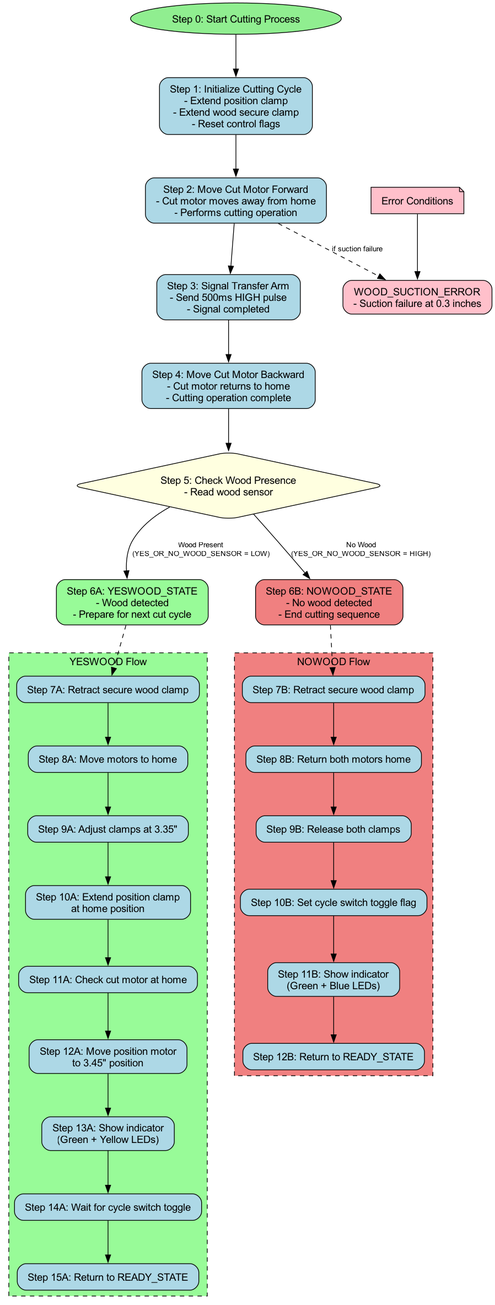
The Graphviz diagram flowcharts/cutting_process.png in akivaweil/Stage-1-Mar25, before a commit. Its source is kept beside it as flowcharts/cutting_process.dot.
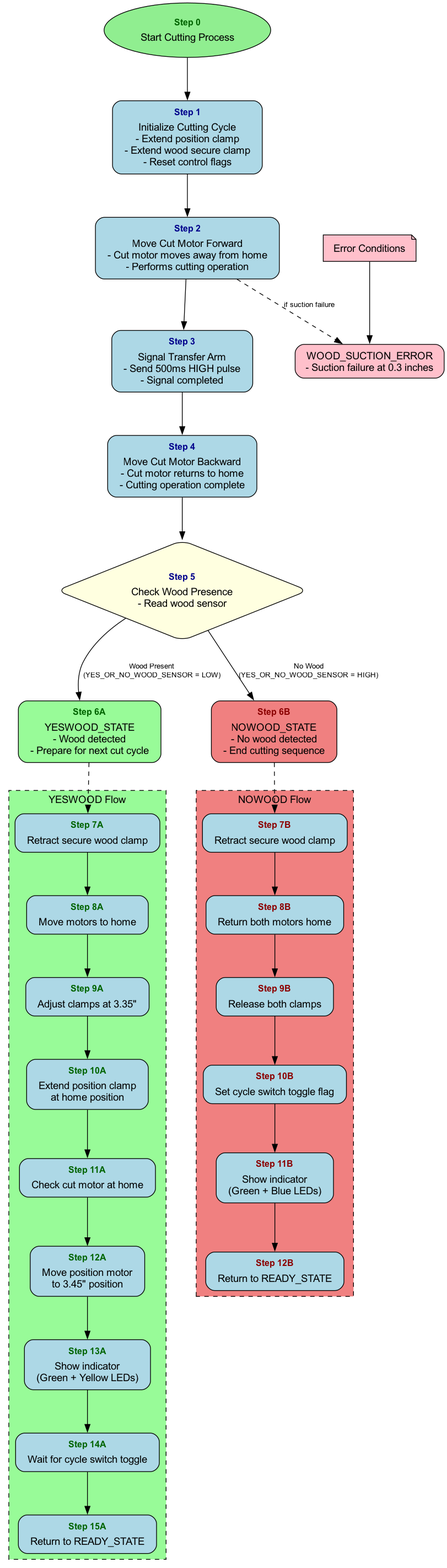
Above is the later version.

Commit message:
Improve flowchart readability with visually distinct step numbers

What changed in the source:
```diff
@@ -3,20 +3,20 @@
     node [shape="box", style="rounded,filled", fillcolor="lightblue", fontname="Arial", margin="0.2,0.1"];
     edge [fontname="Arial", fontsize=10];
 
-    start [label="Step 0: Start Cutting Process", shape="oval", fillcolor="lightgreen"];
+    start [label=<<table border="0" cellborder="0" cellspacing="0"><tr><td><font color="darkgreen" point-size="12"><b>Step 0</b></font></td></tr><tr><td>Start Cutting Process</td></tr></table>>, shape="oval", fillcolor="lightgreen"];
 
-    init [label="Step 1: Initialize Cutting Cycle\n- Extend position clamp\n- Extend wood secure clamp\n- Reset control flags"];
+    init [label=<<table border="0" cellborder="0" cellspacing="0"><tr><td><font color="darkblue" point-size="12"><b>Step 1</b></font></td></tr><tr><td align="left">Initialize Cutting Cycle<br/>- Extend position clamp<br/>- Extend wood secure clamp<br/>- Reset control flags</td></tr></table>>];
 
-    extend [label="Step 2: Move Cut Motor Forward\n- Cut motor moves away from home\n- Performs cutting operation"];
+    extend [label=<<table border="0" cellborder="0" cellspacing="0"><tr><td><font color="darkblue" point-size="12"><b>Step 2</b></font></td></tr><tr><td align="left">Move Cut Motor Forward<br/>- Cut motor moves away from home<br/>- Performs cutting operation</td></tr></table>>];
 
-    signal [label="Step 3: Signal Transfer Arm\n- Send 500ms HIGH pulse\n- Signal completed"];
+    signal [label=<<table border="0" cellborder="0" cellspacing="0"><tr><td><font color="darkblue" point-size="12"><b>Step 3</b></font></td></tr><tr><td align="left">Signal Transfer Arm<br/>- Send 500ms HIGH pulse<br/>- Signal completed</td></tr></table>>];
 
-    retract [label="Step 4: Move Cut Motor Backward\n- Cut motor returns to home\n- Cutting operation complete"];
+    retract [label=<<table border="0" cellborder="0" cellspacing="0"><tr><td><font color="darkblue" point-size="12"><b>Step 4</b></font></td></tr><tr><td align="left">Move Cut Motor Backward<br/>- Cut motor returns to home<br/>- Cutting operation complete</td></tr></table>>];
 
-    check [label="Step 5: Check Wood Presence\n- Read wood sensor", shape="diamond", fillcolor="lightyellow"];
+    check [label=<<table border="0" cellborder="0" cellspacing="0"><tr><td><font color="darkblue" point-size="12"><b>Step 5</b></font></td></tr><tr><td align="left">Check Wood Presence<br/>- Read wood sensor</td></tr></table>>, shape="diamond", fillcolor="lightyellow"];
 
-    yeswood [label="Step 6A: YESWOOD_STATE\n- Wood detected\n- Prepare for next cut cycle", fillcolor="palegreen"];
-    nowood [label="Step 6B: NOWOOD_STATE\n- No wood detected\n- End cutting sequence", fillcolor="lightcoral"];
+    yeswood [label=<<table border="0" cellborder="0" cellspacing="0"><tr><td><font color="darkgreen" point-size="12"><b>Step 6A</b></font></td></tr><tr><td align="left">YESWOOD_STATE<br/>- Wood detected<br/>- Prepare for next cut cycle</td></tr></table>>, fillcolor="palegreen"];
+    nowood [label=<<table border="0" cellborder="0" cellspacing="0"><tr><td><font color="darkred" point-size="12"><b>Step 6B</b></font></td></tr><tr><td align="left">NOWOOD_STATE<br/>- No wood detected<br/>- End cutting sequence</td></tr></table>>, fillcolor="lightcoral"];
 
     error [label="Error Conditions", shape="note", fillcolor="pink"];
     errorwood [label="WOOD_SUCTION_ERROR\n- Suction failure at 0.3 inches", fillcolor="pink"];
@@ -37,15 +37,15 @@
         style="dashed";
         bgcolor="palegreen";
 
-        yw1 [label="Step 7A: Retract secure wood clamp"];
-        yw2 [label="Step 8A: Move motors to home"];
-        yw3 [label="Step 9A: Adjust clamps at 3.35\""];
-        yw4 [label="Step 10A: Extend position clamp\nat home position"];
-        yw5 [label="Step 11A: Check cut motor at home"];
-        yw6 [label="Step 12A: Move position motor\nto 3.45\" position"];
-        yw7 [label="Step 13A: Show indicator\n(Green + Yellow LEDs)"];
-        yw8 [label="Step 14A: Wait for cycle switch toggle"];
-        yw9 [label="Step 15A: Return to READY_STATE"];
+        yw1 [label=<<table border="0" cellborder="0" cellspacing="0"><tr><td><font color="darkgreen" point-size="12"><b>Step 7A</b></font></td></tr><tr><td align="left">Retract secure wood clamp</td></tr></table>>];
+        yw2 [label=<<table border="0" cellborder="0" cellspacing="0"><tr><td><font color="darkgreen" point-size="12"><b>Step 8A</b></font></td></tr><tr><td align="left">Move motors to home</td></tr></table>>];
+        yw3 [label=<<table border="0" cellborder="0" cellspacing="0"><tr><td><font color="darkgreen" point-size="12"><b>Step 9A</b></font></td></tr><tr><td align="left">Adjust clamps at 3.35"</td></tr></table>>];
+        yw4 [label=<<table border="0" cellborder="0" cellspacing="0"><tr><td><font color="darkgreen" point-size="12"><b>Step 10A</b></font></td></tr><tr><td align="left">Extend position clamp<br/>at home position</td></tr></table>>];
+        yw5 [label=<<table border="0" cellborder="0" cellspacing="0"><tr><td><font color="darkgreen" point-size="12"><b>Step 11A</b></font></td></tr><tr><td align="left">Check cut motor at home</td></tr></table>>];
+        yw6 [label=<<table border="0" cellborder="0" cellspacing="0"><tr><td><font color="darkgreen" point-size="12"><b>Step 12A</b></font></td></tr><tr><td align="left">Move position motor<br/>to 3.45" position</td></tr></table>>];
+        yw7 [label=<<table border="0" cellborder="0" cellspacing="0"><tr><td><font color="darkgreen" point-size="12"><b>Step 13A</b></font></td></tr><tr><td align="left">Show indicator<br/>(Green + Yellow LEDs)</td></tr></table>>];
+        yw8 [label=<<table border="0" cellborder="0" cellspacing="0"><tr><td><font color="darkgreen" point-size="12"><b>Step 14A</b></font></td></tr><tr><td align="left">Wait for cycle switch toggle</td></tr></table>>];
+        yw9 [label=<<table border="0" cellborder="0" cellspacing="0"><tr><td><font color="darkgreen" point-size="12"><b>Step 15A</b></font></td></tr><tr><td align="left">Return to READY_STATE</td></tr></table>>];
 
         yw1 -> yw2 -> yw3 -> yw4 -> yw5 -> yw6 -> yw7 -> yw8 -> yw9;
     }
@@ -55,12 +55,12 @@
         style="dashed";
         bgcolor="lightcoral";
 
-        nw1 [label="Step 7B: Retract secure wood clamp"];
-        nw2 [label="Step 8B: Return both motors home"];
-        nw3 [label="Step 9B: Release both clamps"];
-        nw4 [label="Step 10B: Set cycle switch toggle flag"];
-        nw5 [label="Step 11B: Show indicator\n(Green + Blue LEDs)"];
-        nw6 [label="Step 12B: Return to READY_STATE"];
+        nw1 [label=<<table border="0" cellborder="0" cellspacing="0"><tr><td><font color="darkred" point-size="12"><b>Step 7B</b></font></td></tr><tr><td align="left">Retract secure wood clamp</td></tr></table>>];
+        nw2 [label=<<table border="0" cellborder="0" cellspacing="0"><tr><td><font color="darkred" point-size="12"><b>Step 8B</b></font></td></tr><tr><td align="left">Return both motors home</td></tr></table>>];
+        nw3 [label=<<table border="0" cellborder="0" cellspacing="0"><tr><td><font color="darkred" point-size="12"><b>Step 9B</b></font></td></tr><tr><td align="left">Release both clamps</td></tr></table>>];
+        nw4 [label=<<table border="0" cellborder="0" cellspacing="0"><tr><td><font color="darkred" point-size="12"><b>Step 10B</b></font></td></tr><tr><td align="left">Set cycle switch toggle flag</td></tr></table>>];
+        nw5 [label=<<table border="0" cellborder="0" cellspacing="0"><tr><td><font color="darkred" point-size="12"><b>Step 11B</b></font></td></tr><tr><td align="left">Show indicator<br/>(Green + Blue LEDs)</td></tr></table>>];
+        nw6 [label=<<table border="0" cellborder="0" cellspacing="0"><tr><td><font color="darkred" point-size="12"><b>Step 12B</b></font></td></tr><tr><td align="left">Return to READY_STATE</td></tr></table>>];
 
         nw1 -> nw2 -> nw3 -> nw4 -> nw5 -> nw6;
     }
```
